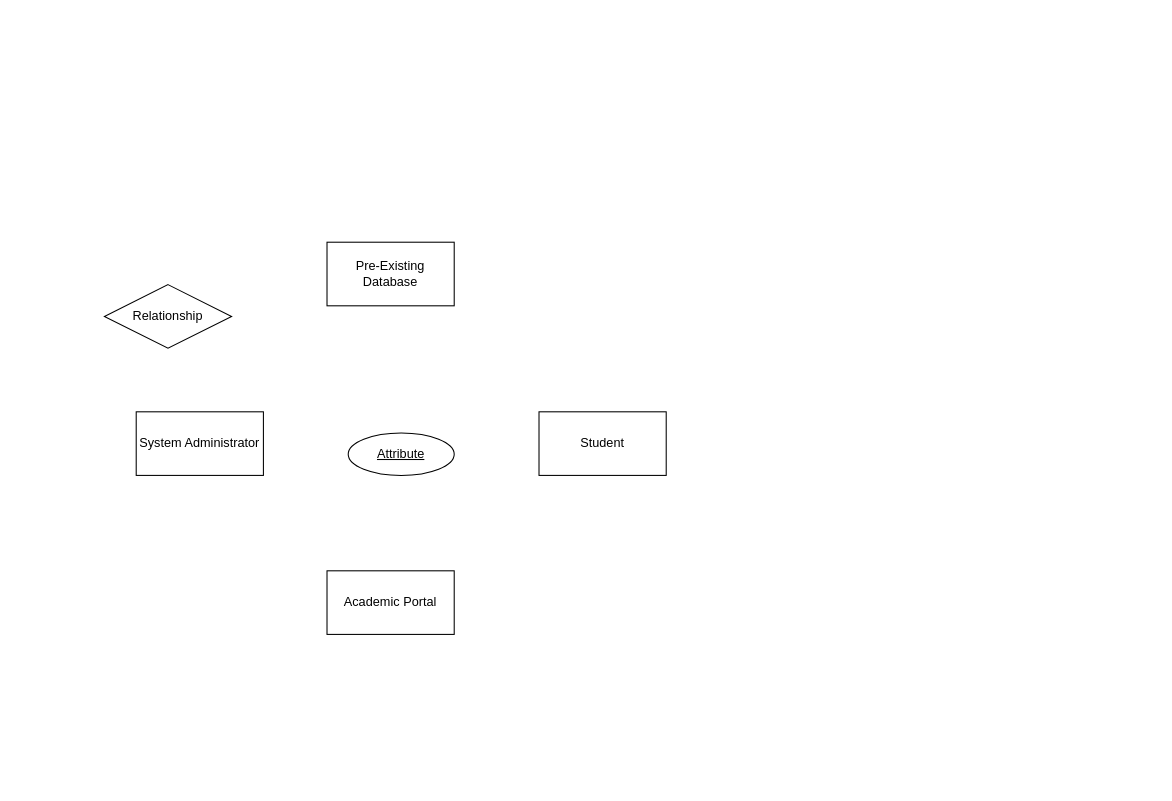
Earlier version of the draw.io diagram ER1.drawio (RitabrataDas343/Draw-ER). Source tidied: cells renumbered, new cells numbered last; positions are measured from the earlier drawing's top-left corner, leaving out a move shared by most shapes. Both pictures are drawn from the tidied source at 106%, with x=0, y=0 at pixel (104, 242).
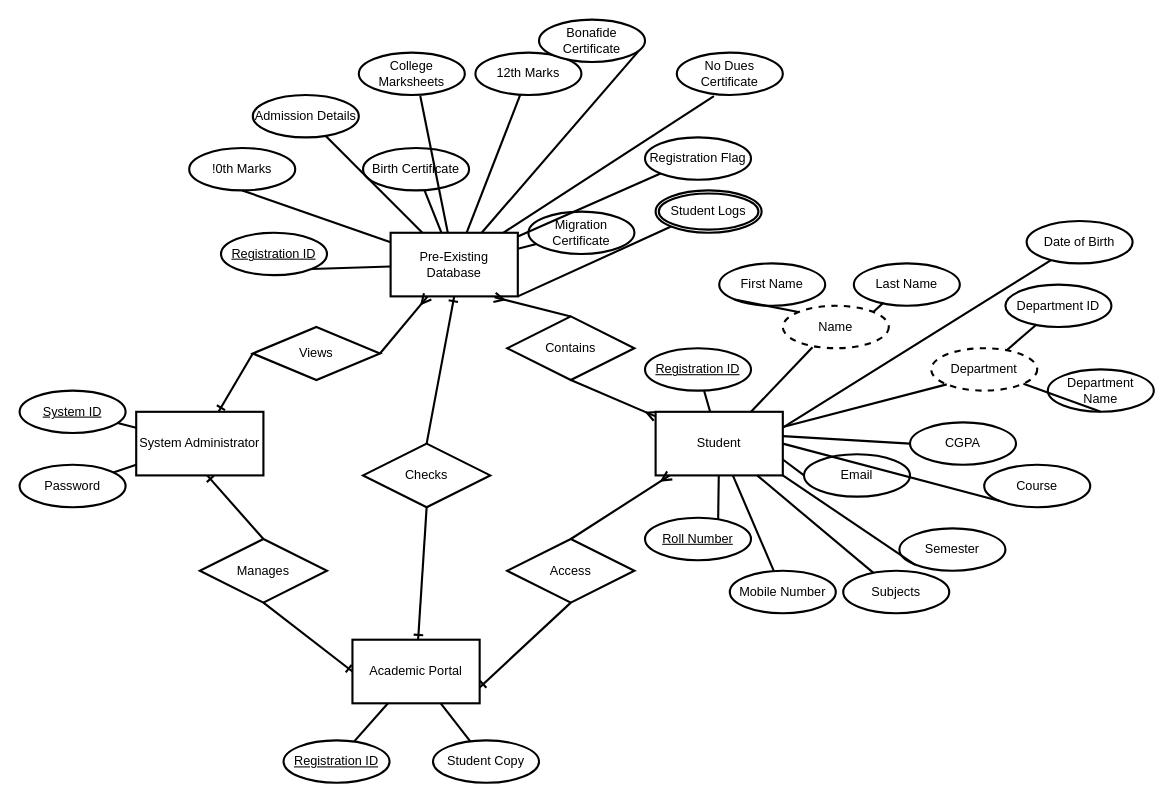
After the change.

The edit, as a diff of the source:
```diff
@@
-    <mxCell id="2" value="&lt;div&gt;Pre-Existing Database&lt;/div&gt;" style="rounded=0;whiteSpace=wrap;html=1;strokeWidth=1;" parent="1" vertex="1">
-      <mxGeometry x="210" width="120" height="60" as="geometry" />
+    <mxCell id="2" value="&lt;div&gt;Pre-Existing Database&lt;/div&gt;" style="rounded=0;whiteSpace=wrap;html=1;strokeWidth=2;labelBackgroundColor=none;" parent="1" vertex="1">
+      <mxGeometry x="270" y="-8.9" width="120" height="60" as="geometry" />
     </mxCell>
-    <mxCell id="3" value="&lt;div&gt;System Administrator&lt;/div&gt;" style="rounded=0;whiteSpace=wrap;html=1;strokeWidth=1;" parent="1" vertex="1">
+    <mxCell id="3" value="&lt;div&gt;System Administrator&lt;/div&gt;" style="rounded=0;whiteSpace=wrap;html=1;strokeWidth=2;labelBackgroundColor=none;" parent="1" vertex="1">
       <mxGeometry x="30" y="160" width="120" height="60" as="geometry" />
     </mxCell>
-    <mxCell id="4" value="&lt;div&gt;Student&lt;/div&gt;" style="rounded=0;whiteSpace=wrap;html=1;strokeWidth=1;" parent="1" vertex="1">
-      <mxGeometry x="410" y="160" width="120" height="60" as="geometry" />
+    <mxCell id="4" value="&lt;div&gt;Student&lt;/div&gt;" style="rounded=0;whiteSpace=wrap;html=1;strokeWidth=2;labelBackgroundColor=none;" parent="1" vertex="1">
+      <mxGeometry x="520" y="160" width="120" height="60" as="geometry" />
     </mxCell>
-    <mxCell id="5" value="&lt;div&gt;Academic Portal&lt;/div&gt;" style="rounded=0;whiteSpace=wrap;html=1;strokeWidth=1;" parent="1" vertex="1">
-      <mxGeometry x="210" y="310" width="120" height="60" as="geometry" />
+    <mxCell id="5" value="&lt;div&gt;Academic Portal&lt;/div&gt;" style="rounded=0;whiteSpace=wrap;html=1;strokeWidth=2;labelBackgroundColor=none;" parent="1" vertex="1">
+      <mxGeometry x="234" y="375" width="120" height="60" as="geometry" />
     </mxCell>
-    <mxCell id="6" value="Attribute" style="ellipse;whiteSpace=wrap;html=1;align=center;fontStyle=4;" parent="1" vertex="1">
-      <mxGeometry x="230" y="180" width="100" height="40" as="geometry" />
-    </mxCell>
-    <mxCell id="7" value="Relationship" style="shape=rhombus;perimeter=rhombusPerimeter;whiteSpace=wrap;html=1;align=center;" parent="1" vertex="1">
-      <mxGeometry y="40" width="120" height="60" as="geometry" />
-    </mxCell>
+    <mxCell id="8" value="&lt;div&gt;Password&lt;/div&gt;" style="ellipse;whiteSpace=wrap;html=1;align=center;strokeWidth=2;labelBackgroundColor=none;" parent="1" vertex="1">
+      <mxGeometry x="-80" y="210" width="100" height="40" as="geometry" />
+    </mxCell>
+    <mxCell id="9" value="&lt;div&gt;System ID&lt;/div&gt;" style="ellipse;whiteSpace=wrap;html=1;align=center;fontStyle=4;strokeWidth=2;labelBackgroundColor=none;" parent="1" vertex="1">
+      <mxGeometry x="-80" y="140" width="100" height="40" as="geometry" />
+    </mxCell>
+    <mxCell id="10" value="&lt;div&gt;!0th Marks&lt;/div&gt;" style="ellipse;whiteSpace=wrap;html=1;align=center;strokeWidth=2;labelBackgroundColor=none;" parent="1" vertex="1">
+      <mxGeometry x="80" y="-88.9" width="100" height="40" as="geometry" />
+    </mxCell>
+    <mxCell id="11" value="&lt;div&gt;12th Marks&lt;/div&gt;" style="ellipse;whiteSpace=wrap;html=1;align=center;strokeWidth=2;labelBackgroundColor=none;" parent="1" vertex="1">
+      <mxGeometry x="350" y="-178.9" width="100" height="40" as="geometry" />
+    </mxCell>
+    <mxCell id="12" value="College Marksheets" style="ellipse;whiteSpace=wrap;html=1;align=center;strokeWidth=2;labelBackgroundColor=none;" parent="1" vertex="1">
+      <mxGeometry x="240" y="-178.9" width="100" height="40" as="geometry" />
+    </mxCell>
+    <mxCell id="13" value="Registration ID" style="ellipse;whiteSpace=wrap;html=1;align=center;fontStyle=4;strokeWidth=2;labelBackgroundColor=none;" parent="1" vertex="1">
+      <mxGeometry x="110" y="-8.9" width="100" height="40" as="geometry" />
+    </mxCell>
+    <mxCell id="14" value="Birth Certificate" style="ellipse;whiteSpace=wrap;html=1;align=center;strokeWidth=2;labelBackgroundColor=none;" parent="1" vertex="1">
+      <mxGeometry x="244" y="-88.9" width="100" height="40" as="geometry" />
+    </mxCell>
+    <mxCell id="15" value="Migration Certificate" style="ellipse;whiteSpace=wrap;html=1;align=center;strokeWidth=2;labelBackgroundColor=none;" parent="1" vertex="1">
+      <mxGeometry x="400" y="-28.9" width="100" height="40" as="geometry" />
+    </mxCell>
+    <mxCell id="16" value="Admission Details" style="ellipse;whiteSpace=wrap;html=1;align=center;strokeWidth=2;labelBackgroundColor=none;" parent="1" vertex="1">
+      <mxGeometry x="140" y="-138.9" width="100" height="40" as="geometry" />
+    </mxCell>
+    <mxCell id="17" value="Bonafide Certificate" style="ellipse;whiteSpace=wrap;html=1;align=center;strokeWidth=2;labelBackgroundColor=none;" parent="1" vertex="1">
+      <mxGeometry x="410" y="-210" width="100" height="40" as="geometry" />
+    </mxCell>
+    <mxCell id="18" value="&lt;div&gt;No Dues Certificate&lt;/div&gt;" style="ellipse;whiteSpace=wrap;html=1;align=center;strokeWidth=2;labelBackgroundColor=none;" parent="1" vertex="1">
+      <mxGeometry x="540" y="-178.9" width="100" height="40" as="geometry" />
+    </mxCell>
+    <mxCell id="19" value="Registration Flag" style="ellipse;whiteSpace=wrap;html=1;align=center;strokeWidth=2;labelBackgroundColor=none;" parent="1" vertex="1">
+      <mxGeometry x="510" y="-98.9" width="100" height="40" as="geometry" />
+    </mxCell>
+    <mxCell id="20" value="Student Logs" style="ellipse;shape=doubleEllipse;margin=3;whiteSpace=wrap;html=1;align=center;strokeWidth=2;labelBackgroundColor=none;" parent="1" vertex="1">
+      <mxGeometry x="520" y="-48.9" width="100" height="40" as="geometry" />
+    </mxCell>
+    <mxCell id="21" value="Student Copy" style="ellipse;whiteSpace=wrap;html=1;align=center;strokeWidth=2;labelBackgroundColor=none;" parent="1" vertex="1">
+      <mxGeometry x="310" y="470" width="100" height="40" as="geometry" />
+    </mxCell>
+    <mxCell id="22" value="Registration ID" style="ellipse;whiteSpace=wrap;html=1;align=center;fontStyle=4;strokeWidth=2;labelBackgroundColor=none;" parent="1" vertex="1">
+      <mxGeometry x="169" y="470" width="100" height="40" as="geometry" />
+    </mxCell>
+    <mxCell id="23" value="&lt;div&gt;Registration ID&lt;/div&gt;" style="ellipse;whiteSpace=wrap;html=1;align=center;fontStyle=4;strokeWidth=2;labelBackgroundColor=none;" parent="1" vertex="1">
+      <mxGeometry x="510" y="100" width="100" height="40" as="geometry" />
+    </mxCell>
+    <mxCell id="24" value="Roll Number" style="ellipse;whiteSpace=wrap;html=1;align=center;fontStyle=4;strokeWidth=2;labelBackgroundColor=none;" parent="1" vertex="1">
+      <mxGeometry x="510" y="260" width="100" height="40" as="geometry" />
+    </mxCell>
+    <mxCell id="25" value="First Name" style="ellipse;whiteSpace=wrap;html=1;align=center;strokeWidth=2;labelBackgroundColor=none;" parent="1" vertex="1">
+      <mxGeometry x="580" y="20" width="100" height="40" as="geometry" />
+    </mxCell>
+    <mxCell id="26" value="Last Name" style="ellipse;whiteSpace=wrap;html=1;align=center;strokeWidth=2;labelBackgroundColor=none;" parent="1" vertex="1">
+      <mxGeometry x="707" y="20" width="100" height="40" as="geometry" />
+    </mxCell>
+    <mxCell id="27" value="Date of Birth" style="ellipse;whiteSpace=wrap;html=1;align=center;strokeWidth=2;labelBackgroundColor=none;" parent="1" vertex="1">
+      <mxGeometry x="870" y="-20" width="100" height="40" as="geometry" />
+    </mxCell>
+    <mxCell id="28" value="Email" style="ellipse;whiteSpace=wrap;html=1;align=center;strokeWidth=2;labelBackgroundColor=none;" parent="1" vertex="1">
+      <mxGeometry x="660" y="200" width="100" height="40" as="geometry" />
+    </mxCell>
+    <mxCell id="29" value="Mobile Number" style="ellipse;whiteSpace=wrap;html=1;align=center;strokeWidth=2;labelBackgroundColor=none;" parent="1" vertex="1">
+      <mxGeometry x="590" y="310" width="100" height="40" as="geometry" />
+    </mxCell>
+    <mxCell id="30" value="Semester" style="ellipse;whiteSpace=wrap;html=1;align=center;strokeWidth=2;labelBackgroundColor=none;" parent="1" vertex="1">
+      <mxGeometry x="750" y="270" width="100" height="40" as="geometry" />
+    </mxCell>
+    <mxCell id="31" value="CGPA" style="ellipse;whiteSpace=wrap;html=1;align=center;strokeWidth=2;labelBackgroundColor=none;" parent="1" vertex="1">
+      <mxGeometry x="760" y="170" width="100" height="40" as="geometry" />
+    </mxCell>
+    <mxCell id="32" value="Department ID" style="ellipse;whiteSpace=wrap;html=1;align=center;strokeWidth=2;labelBackgroundColor=none;" parent="1" vertex="1">
+      <mxGeometry x="850" y="40" width="100" height="40" as="geometry" />
+    </mxCell>
+    <mxCell id="33" value="Name" style="ellipse;whiteSpace=wrap;html=1;align=center;dashed=1;strokeWidth=2;labelBackgroundColor=none;" parent="1" vertex="1">
+      <mxGeometry x="640" y="60" width="100" height="40" as="geometry" />
+    </mxCell>
+    <mxCell id="34" value="Department" style="ellipse;whiteSpace=wrap;html=1;align=center;dashed=1;strokeWidth=2;labelBackgroundColor=none;" parent="1" vertex="1">
+      <mxGeometry x="780" y="100" width="100" height="40" as="geometry" />
+    </mxCell>
+    <mxCell id="35" value="Department Name" style="ellipse;whiteSpace=wrap;html=1;align=center;strokeWidth=2;labelBackgroundColor=none;" parent="1" vertex="1">
+      <mxGeometry x="890" y="120" width="100" height="40" as="geometry" />
+    </mxCell>
+    <mxCell id="36" value="Course" style="ellipse;whiteSpace=wrap;html=1;align=center;strokeWidth=2;labelBackgroundColor=none;" parent="1" vertex="1">
+      <mxGeometry x="830" y="210" width="100" height="40" as="geometry" />
+    </mxCell>
+    <mxCell id="37" value="Subjects" style="ellipse;whiteSpace=wrap;html=1;align=center;strokeWidth=2;labelBackgroundColor=none;" parent="1" vertex="1">
+      <mxGeometry x="697" y="310" width="100" height="40" as="geometry" />
+    </mxCell>
+    <mxCell id="38" style="endArrow=none;html=1;rounded=0;strokeWidth=2;labelBackgroundColor=none;fontColor=default;" parent="1" edge="1" source="9" target="3">
+      <mxGeometry relative="1" as="geometry" />
+    </mxCell>
+    <mxCell id="39" style="endArrow=none;html=1;rounded=0;strokeWidth=2;labelBackgroundColor=none;fontColor=default;" parent="1" edge="1" source="8" target="3">
+      <mxGeometry relative="1" as="geometry" />
+    </mxCell>
+    <mxCell id="40" style="endArrow=none;html=1;rounded=0;strokeWidth=2;labelBackgroundColor=none;fontColor=default;" parent="1" edge="1" source="22" target="5">
+      <mxGeometry relative="1" as="geometry" />
+    </mxCell>
+    <mxCell id="41" style="endArrow=none;html=1;rounded=0;strokeWidth=2;labelBackgroundColor=none;fontColor=default;" parent="1" edge="1" source="5" target="21">
+      <mxGeometry relative="1" as="geometry" />
+    </mxCell>
+    <mxCell id="42" style="endArrow=none;html=1;rounded=0;entryX=1;entryY=1;entryDx=0;entryDy=0;strokeWidth=2;labelBackgroundColor=none;fontColor=default;" parent="1" edge="1" source="2" target="13">
+      <mxGeometry relative="1" as="geometry" />
+    </mxCell>
+    <mxCell id="43" style="endArrow=none;html=1;rounded=0;exitX=0.5;exitY=1;exitDx=0;exitDy=0;strokeWidth=2;labelBackgroundColor=none;fontColor=default;" parent="1" edge="1" source="10" target="2">
+      <mxGeometry relative="1" as="geometry" />
+    </mxCell>
+    <mxCell id="44" style="endArrow=none;html=1;rounded=0;strokeWidth=2;labelBackgroundColor=none;fontColor=default;" parent="1" edge="1" source="16" target="2">
+      <mxGeometry relative="1" as="geometry" />
+    </mxCell>
+    <mxCell id="45" style="endArrow=none;html=1;rounded=0;strokeWidth=2;labelBackgroundColor=none;fontColor=default;" parent="1" edge="1" source="14" target="2">
+      <mxGeometry relative="1" as="geometry" />
+    </mxCell>
+    <mxCell id="46" style="endArrow=none;html=1;rounded=0;strokeWidth=2;labelBackgroundColor=none;fontColor=default;" parent="1" edge="1" source="11" target="2">
+      <mxGeometry relative="1" as="geometry" />
+    </mxCell>
+    <mxCell id="47" style="endArrow=none;html=1;rounded=0;exitX=0.58;exitY=1.025;exitDx=0;exitDy=0;exitPerimeter=0;strokeWidth=2;labelBackgroundColor=none;fontColor=default;" parent="1" edge="1" source="12" target="2">
+      <mxGeometry relative="1" as="geometry" />
+    </mxCell>
+    <mxCell id="48" style="endArrow=none;html=1;rounded=0;strokeWidth=2;labelBackgroundColor=none;fontColor=default;" parent="1" edge="1" target="2">
+      <mxGeometry relative="1" as="geometry">
+        <mxPoint x="503.7" y="-180" as="sourcePoint" />
+      </mxGeometry>
+    </mxCell>
+    <mxCell id="49" style="endArrow=none;html=1;rounded=0;entryX=0.35;entryY=1.025;entryDx=0;entryDy=0;entryPerimeter=0;strokeWidth=2;labelBackgroundColor=none;fontColor=default;" parent="1" edge="1" source="2" target="18">
+      <mxGeometry relative="1" as="geometry" />
+    </mxCell>
+    <mxCell id="50" style="endArrow=none;html=1;rounded=0;strokeWidth=2;labelBackgroundColor=none;fontColor=default;" parent="1" edge="1" source="2" target="15">
+      <mxGeometry relative="1" as="geometry" />
+    </mxCell>
+    <mxCell id="51" style="endArrow=none;html=1;rounded=0;entryX=0;entryY=1;entryDx=0;entryDy=0;strokeWidth=2;labelBackgroundColor=none;fontColor=default;" parent="1" edge="1" source="2" target="19">
+      <mxGeometry relative="1" as="geometry" />
+    </mxCell>
+    <mxCell id="52" style="endArrow=none;html=1;rounded=0;entryX=0;entryY=1;entryDx=0;entryDy=0;exitX=1;exitY=1;exitDx=0;exitDy=0;strokeWidth=2;labelBackgroundColor=none;fontColor=default;" parent="1" edge="1" source="2" target="20">
+      <mxGeometry relative="1" as="geometry" />
+    </mxCell>
+    <mxCell id="53" style="endArrow=none;html=1;rounded=0;strokeWidth=2;labelBackgroundColor=none;fontColor=default;" parent="1" edge="1" source="4" target="23">
+      <mxGeometry relative="1" as="geometry" />
+    </mxCell>
+    <mxCell id="54" style="endArrow=none;html=1;rounded=0;exitX=0.69;exitY=0.05;exitDx=0;exitDy=0;exitPerimeter=0;strokeWidth=2;labelBackgroundColor=none;fontColor=default;" parent="1" edge="1" source="24" target="4">
+      <mxGeometry relative="1" as="geometry" />
+    </mxCell>
+    <mxCell id="55" style="endArrow=none;html=1;rounded=0;strokeWidth=2;labelBackgroundColor=none;fontColor=default;" parent="1" edge="1" source="29" target="4">
+      <mxGeometry relative="1" as="geometry" />
+    </mxCell>
+    <mxCell id="56" style="endArrow=none;html=1;rounded=0;strokeWidth=2;labelBackgroundColor=none;fontColor=default;" parent="1" edge="1" source="37" target="4">
+      <mxGeometry relative="1" as="geometry" />
+    </mxCell>
+    <mxCell id="57" style="endArrow=none;html=1;rounded=0;entryX=1;entryY=1;entryDx=0;entryDy=0;exitX=0;exitY=1;exitDx=0;exitDy=0;strokeWidth=2;labelBackgroundColor=none;fontColor=default;" parent="1" edge="1" source="30" target="4">
+      <mxGeometry relative="1" as="geometry" />
+    </mxCell>
+    <mxCell id="58" style="endArrow=none;html=1;rounded=0;entryX=0;entryY=1;entryDx=0;entryDy=0;exitX=1;exitY=0.5;exitDx=0;exitDy=0;strokeWidth=2;labelBackgroundColor=none;fontColor=default;" parent="1" edge="1" source="4" target="36">
+      <mxGeometry relative="1" as="geometry" />
+    </mxCell>
+    <mxCell id="59" style="endArrow=none;html=1;rounded=0;entryX=0;entryY=0.5;entryDx=0;entryDy=0;exitX=1;exitY=0.75;exitDx=0;exitDy=0;strokeWidth=2;labelBackgroundColor=none;fontColor=default;" parent="1" edge="1" source="4" target="28">
+      <mxGeometry relative="1" as="geometry" />
+    </mxCell>
+    <mxCell id="60" style="endArrow=none;html=1;rounded=0;entryX=0;entryY=0.5;entryDx=0;entryDy=0;exitX=1;exitY=0.383;exitDx=0;exitDy=0;exitPerimeter=0;strokeWidth=2;labelBackgroundColor=none;fontColor=default;" parent="1" edge="1" source="4" target="31">
+      <mxGeometry relative="1" as="geometry" />
+    </mxCell>
+    <mxCell id="61" style="endArrow=none;html=1;rounded=0;exitX=1;exitY=0.25;exitDx=0;exitDy=0;strokeWidth=2;labelBackgroundColor=none;fontColor=default;" parent="1" edge="1" source="4" target="27">
+      <mxGeometry relative="1" as="geometry" />
+    </mxCell>
+    <mxCell id="62" style="endArrow=none;html=1;rounded=0;entryX=0.28;entryY=0.975;entryDx=0;entryDy=0;entryPerimeter=0;exitX=0.75;exitY=0;exitDx=0;exitDy=0;strokeWidth=2;labelBackgroundColor=none;fontColor=default;" parent="1" edge="1" source="4" target="33">
+      <mxGeometry relative="1" as="geometry" />
+    </mxCell>
+    <mxCell id="63" style="endArrow=none;html=1;rounded=0;entryX=0;entryY=1;entryDx=0;entryDy=0;strokeWidth=2;labelBackgroundColor=none;fontColor=default;" parent="1" edge="1" source="4" target="34">
+      <mxGeometry relative="1" as="geometry" />
+    </mxCell>
+    <mxCell id="64" style="endArrow=none;html=1;rounded=0;entryX=0;entryY=1;entryDx=0;entryDy=0;exitX=0;exitY=0;exitDx=0;exitDy=0;strokeWidth=2;labelBackgroundColor=none;fontColor=default;" parent="1" edge="1" source="33" target="25">
+      <mxGeometry relative="1" as="geometry" />
+    </mxCell>
+    <mxCell id="65" style="endArrow=none;html=1;rounded=0;entryX=0.28;entryY=0.925;entryDx=0;entryDy=0;entryPerimeter=0;exitX=1;exitY=0;exitDx=0;exitDy=0;strokeWidth=2;labelBackgroundColor=none;fontColor=default;" parent="1" edge="1" source="33" target="26">
+      <mxGeometry relative="1" as="geometry" />
+    </mxCell>
+    <mxCell id="66" style="endArrow=none;html=1;rounded=0;strokeWidth=2;labelBackgroundColor=none;fontColor=default;" parent="1" edge="1" source="34" target="32">
+      <mxGeometry relative="1" as="geometry" />
+    </mxCell>
+    <mxCell id="67" style="endArrow=none;html=1;rounded=0;entryX=0.5;entryY=1;entryDx=0;entryDy=0;strokeWidth=2;labelBackgroundColor=none;fontColor=default;" parent="1" edge="1" source="34" target="35">
+      <mxGeometry relative="1" as="geometry" />
+    </mxCell>
+    <mxCell id="68" value="Views" style="shape=rhombus;perimeter=rhombusPerimeter;whiteSpace=wrap;html=1;align=center;strokeWidth=2;labelBackgroundColor=none;" parent="1" vertex="1">
+      <mxGeometry x="140" y="80" width="120" height="50" as="geometry" />
+    </mxCell>
+    <mxCell id="69" value="Manages" style="shape=rhombus;perimeter=rhombusPerimeter;whiteSpace=wrap;html=1;align=center;strokeWidth=2;labelBackgroundColor=none;" parent="1" vertex="1">
+      <mxGeometry x="90" y="280" width="120" height="60" as="geometry" />
+    </mxCell>
+    <mxCell id="70" value="Checks" style="shape=rhombus;perimeter=rhombusPerimeter;whiteSpace=wrap;html=1;align=center;strokeWidth=2;labelBackgroundColor=none;" parent="1" vertex="1">
+      <mxGeometry x="244" y="190" width="120" height="60" as="geometry" />
+    </mxCell>
+    <mxCell id="71" value="Access" style="shape=rhombus;perimeter=rhombusPerimeter;whiteSpace=wrap;html=1;align=center;strokeWidth=2;labelBackgroundColor=none;" parent="1" vertex="1">
+      <mxGeometry x="380" y="280" width="120" height="60" as="geometry" />
+    </mxCell>
+    <mxCell id="72" value="Contains" style="shape=rhombus;perimeter=rhombusPerimeter;whiteSpace=wrap;html=1;align=center;strokeWidth=2;labelBackgroundColor=none;" parent="1" vertex="1">
+      <mxGeometry x="380" y="70" width="120" height="60" as="geometry" />
+    </mxCell>
+    <mxCell id="73" style="fontSize=12;html=1;endArrow=ERone;endFill=1;rounded=0;exitX=0.5;exitY=0;exitDx=0;exitDy=0;entryX=0.558;entryY=1;entryDx=0;entryDy=0;entryPerimeter=0;strokeWidth=2;labelBackgroundColor=none;fontColor=default;" parent="1" edge="1" source="69" target="3">
+      <mxGeometry relative="1" as="geometry" />
+    </mxCell>
+    <mxCell id="74" style="fontSize=12;html=1;endArrow=ERone;endFill=1;rounded=0;exitX=0.5;exitY=1;exitDx=0;exitDy=0;entryX=0;entryY=0.5;entryDx=0;entryDy=0;strokeWidth=2;labelBackgroundColor=none;fontColor=default;" parent="1" edge="1" source="69" target="5">
+      <mxGeometry relative="1" as="geometry" />
+    </mxCell>
+    <mxCell id="75" style="fontSize=12;html=1;endArrow=ERone;endFill=1;rounded=0;exitX=0;exitY=0.5;exitDx=0;exitDy=0;strokeWidth=2;labelBackgroundColor=none;fontColor=default;" parent="1" edge="1" source="68" target="3">
+      <mxGeometry relative="1" as="geometry" />
+    </mxCell>
+    <mxCell id="76" style="fontSize=12;html=1;endArrow=ERmany;rounded=0;exitX=1;exitY=0.5;exitDx=0;exitDy=0;strokeWidth=2;labelBackgroundColor=none;fontColor=default;" parent="1" edge="1" source="68" target="2">
+      <mxGeometry relative="1" as="geometry" />
+    </mxCell>
+    <mxCell id="77" style="fontSize=12;html=1;endArrow=ERmany;rounded=0;entryX=0.817;entryY=1.015;entryDx=0;entryDy=0;entryPerimeter=0;exitX=0.5;exitY=0;exitDx=0;exitDy=0;strokeWidth=2;labelBackgroundColor=none;fontColor=default;" parent="1" edge="1" source="72" target="2">
+      <mxGeometry relative="1" as="geometry" />
+    </mxCell>
+    <mxCell id="78" style="fontSize=12;html=1;endArrow=ERmany;rounded=0;exitX=0.5;exitY=1;exitDx=0;exitDy=0;strokeWidth=2;labelBackgroundColor=none;fontColor=default;" parent="1" edge="1" source="72" target="4">
+      <mxGeometry relative="1" as="geometry" />
+    </mxCell>
+    <mxCell id="79" style="fontSize=12;html=1;endArrow=ERone;endFill=1;rounded=0;entryX=1;entryY=0.75;entryDx=0;entryDy=0;exitX=0.5;exitY=1;exitDx=0;exitDy=0;strokeWidth=2;labelBackgroundColor=none;fontColor=default;" parent="1" edge="1" source="71" target="5">
+      <mxGeometry relative="1" as="geometry" />
+    </mxCell>
+    <mxCell id="80" style="fontSize=12;html=1;endArrow=ERmany;rounded=0;exitX=0.5;exitY=0;exitDx=0;exitDy=0;strokeWidth=2;labelBackgroundColor=none;fontColor=default;" parent="1" edge="1" source="71" target="4">
+      <mxGeometry relative="1" as="geometry" />
+    </mxCell>
+    <mxCell id="81" style="fontSize=12;html=1;endArrow=ERone;endFill=1;rounded=0;exitX=0.5;exitY=1;exitDx=0;exitDy=0;strokeWidth=2;labelBackgroundColor=none;fontColor=default;" parent="1" edge="1" source="70" target="5">
+      <mxGeometry relative="1" as="geometry" />
+    </mxCell>
+    <mxCell id="82" style="fontSize=12;html=1;endArrow=ERone;endFill=1;rounded=0;entryX=0.5;entryY=1;entryDx=0;entryDy=0;exitX=0.5;exitY=0;exitDx=0;exitDy=0;strokeWidth=2;labelBackgroundColor=none;fontColor=default;" parent="1" edge="1" source="70" target="2">
+      <mxGeometry relative="1" as="geometry" />
+    </mxCell>
```
